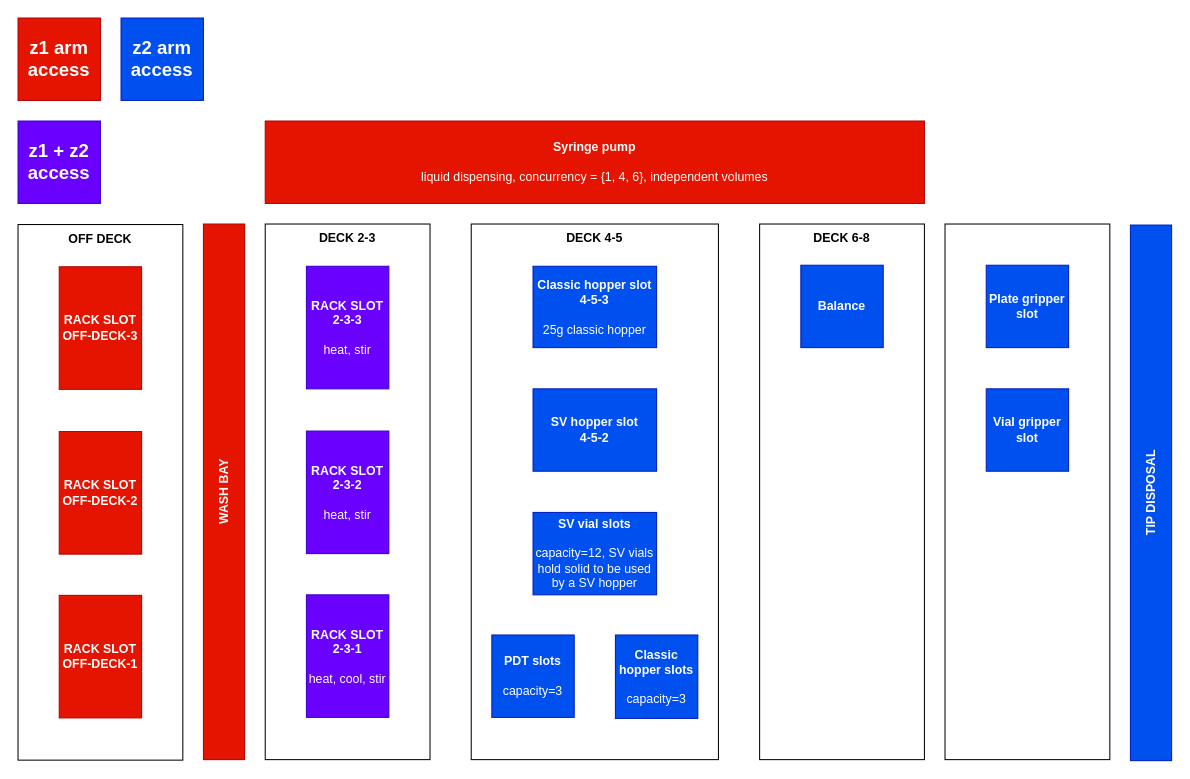
The draw.io diagram doc/junior_layout.drawio in qai222/simulator-aspire-poc, before the edit. Source tidied: cells renumbered, new cells numbered last; positions are measured from the earlier drawing's top-left corner, leaving out a move shared by most shapes. Both pictures are drawn from the tidied source at 103%, with x=0, y=0 at pixel (18, 18).
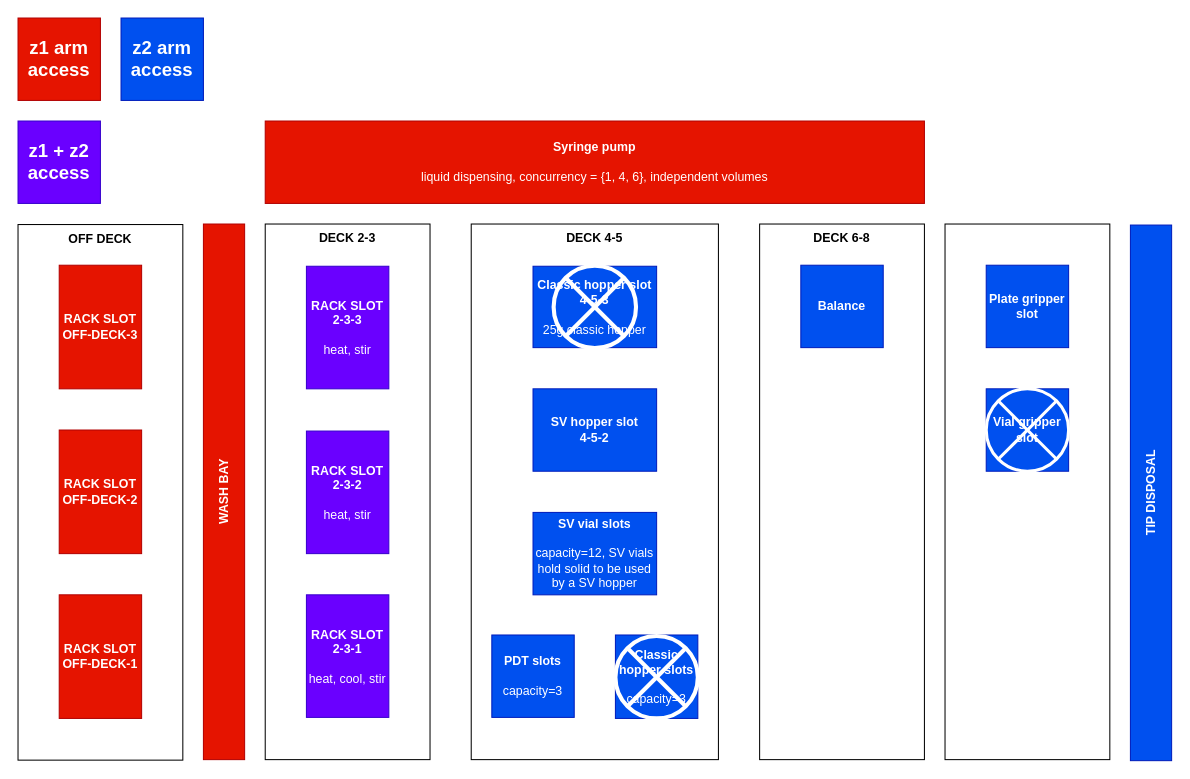
The same diagram, later.

Unchanged cells that the change refers to:
```xml
<mxCell id="22" style="group;" parent="1" vertex="1">
  <mxGeometry x="900" y="200" width="160" height="520" as="geometry" />
</mxCell>
```

The edit, as a diff of the source:
```diff
@@
     <mxCell id="16" value="&lt;b&gt;RACK SLOT OFF-DECK-3&lt;br&gt;&lt;/b&gt;" style="rounded=0;whiteSpace=wrap;html=1;fillColor=#e51400;fontColor=#ffffff;strokeColor=#B20000;" parent="1" vertex="1">
-      <mxGeometry x="40" y="241.5" width="80" height="119" as="geometry" />
+      <mxGeometry x="40" y="240" width="80" height="120" as="geometry" />
     </mxCell>
     <mxCell id="17" value="&lt;b&gt;RACK SLOT OFF-DECK-2&lt;br&gt;&lt;/b&gt;" style="rounded=0;whiteSpace=wrap;html=1;fillColor=#e51400;fontColor=#ffffff;strokeColor=#B20000;" parent="1" vertex="1">
-      <mxGeometry x="40" y="401.5" width="80" height="119" as="geometry" />
+      <mxGeometry x="40" y="400" width="80" height="120" as="geometry" />
     </mxCell>
     <mxCell id="18" value="&lt;b&gt;RACK SLOT OFF-DECK-1&lt;br&gt;&lt;/b&gt;" style="rounded=0;whiteSpace=wrap;html=1;fillColor=#e51400;fontColor=#ffffff;strokeColor=#B20000;" parent="1" vertex="1">
-      <mxGeometry x="40" y="560.5" width="80" height="119" as="geometry" />
+      <mxGeometry x="40" y="560" width="80" height="120" as="geometry" />
     </mxCell>
@@
-    <mxCell id="25" value="Vial gripper slot" style="rounded=0;whiteSpace=wrap;html=1;fontStyle=1;fillColor=#0050ef;fontColor=#ffffff;strokeColor=#001DBC;" parent="22" vertex="1">
+    <mxCell id="25" value="Vial gripper slot" style="rounded=0;whiteSpace=wrap;html=1;fontStyle=1;fillColor=#0050ef;fontColor=#ffffff;strokeColor=#001DBC;fillStyle=solid;" parent="22" vertex="1">
       <mxGeometry x="40" y="160" width="80" height="80" as="geometry" />
     </mxCell>
+    <mxCell id="29" style="shape=sumEllipse;perimeter=ellipsePerimeter;whiteSpace=wrap;html=1;backgroundOutline=1;fillStyle=solid;fontColor=#000000;fillColor=none;strokeColor=#FFFFFF;strokeWidth=3;" parent="22" vertex="1">
+      <mxGeometry x="40" y="160" width="80" height="80" as="geometry" />
+    </mxCell>
@@
+    <mxCell id="30" style="shape=sumEllipse;perimeter=ellipsePerimeter;whiteSpace=wrap;html=1;backgroundOutline=1;fillStyle=solid;fontColor=#000000;fillColor=none;strokeColor=#FFFFFF;strokeWidth=4;" parent="1" vertex="1">
+      <mxGeometry x="580" y="600" width="80" height="80" as="geometry" />
+    </mxCell>
+    <mxCell id="31" style="shape=sumEllipse;perimeter=ellipsePerimeter;whiteSpace=wrap;html=1;backgroundOutline=1;fillStyle=solid;fontColor=#000000;fillColor=none;strokeColor=#FFFFFF;strokeWidth=4;" parent="1" vertex="1">
+      <mxGeometry x="520" y="240.5" width="80" height="80" as="geometry" />
+    </mxCell>
```
